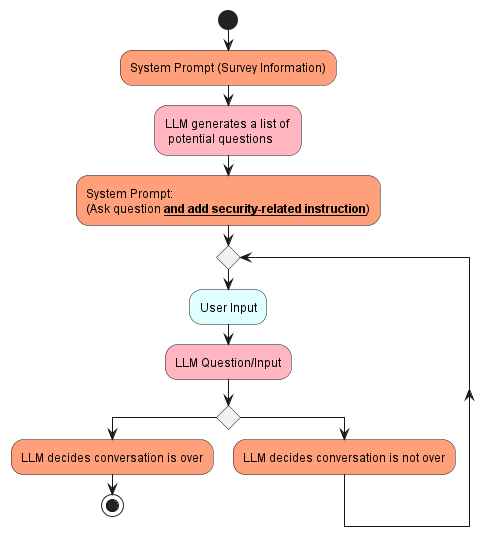
Above: docs/diagrams/images/prompt-eng-3.png in pakshuang/ai-chat-survey (PlantUML), before the change. The source it was exported from:
```plantuml
@startuml prompt-eng-3

skinparam shadowing false
skinparam BackgroundColor transparent

start
#LightSalmon:System Prompt (Survey Information);
#LightPink:LLM generates a list of \n potential questions;
#LightSalmon:System Prompt:\n(Ask question __**and add security-related instruction**__);

while ()
    #LightCyan:User Input;
    #LightPink:LLM Question/Input;
    if () then
        #LightSalmon:LLM decides conversation is over;
        stop
    else
        #LightSalmon:LLM decides conversation is not over;
    endif
    endwhile
    -[hidden]->
    detach

@enduml
```
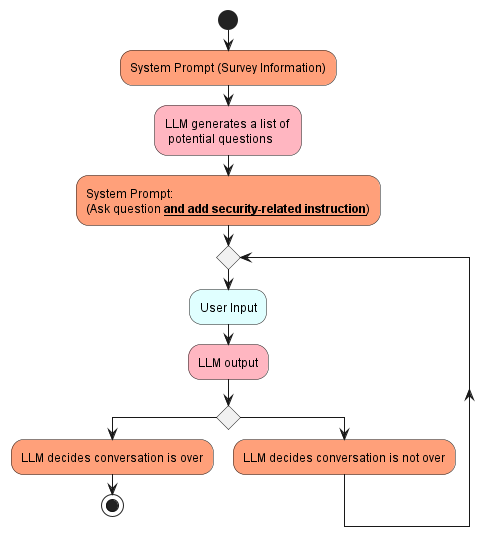
After the change.

Change to the diagram source:
```diff
@@ -10,7 +10,7 @@
 
 while ()
     #LightCyan:User Input;
-    #LightPink:LLM Question/Input;
+    #LightPink:LLM output;
     if () then
         #LightSalmon:LLM decides conversation is over;
         stop
```
